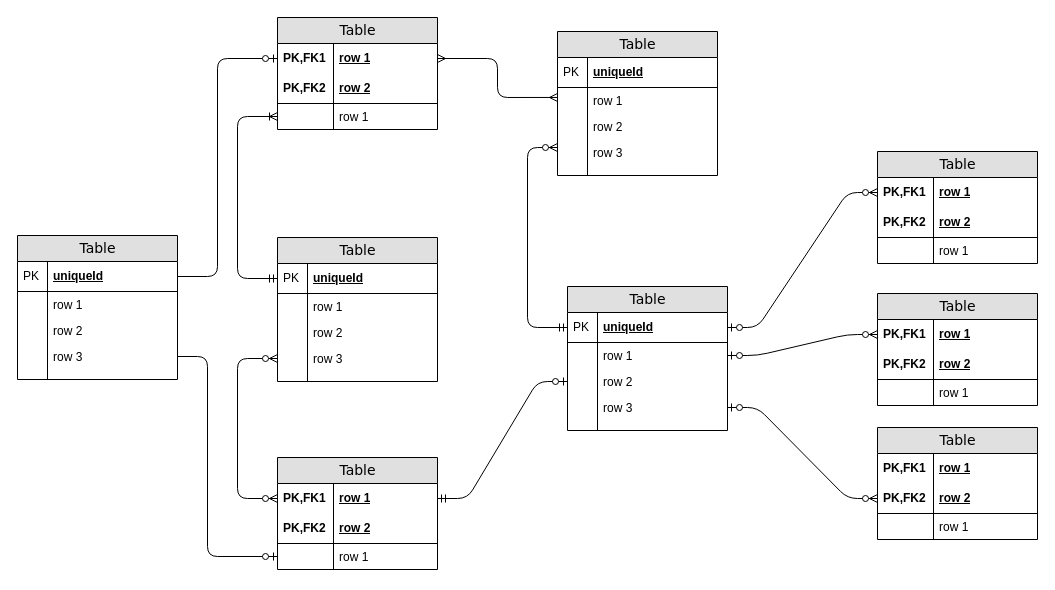
camdenwebster/add-109 keeps this draw.io diagram as diagrams/Untitled Diagram.drawio. Above is the earlier version. Source tidied: cells renumbered, new cells numbered last; positions are measured from the earlier drawing's top-left corner, leaving out a move shared by most shapes. Both pictures are drawn from the tidied source at 100%, with x=0, y=0 at pixel (17, 17).
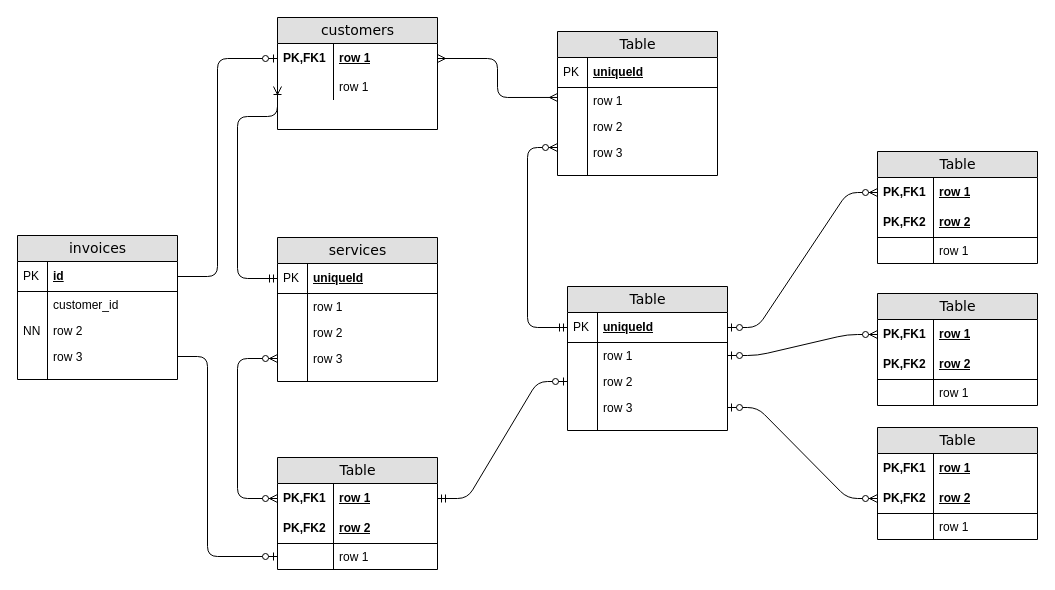
Above is the later version.

Unchanged cells that the change refers to:
```xml
<mxCell id="83" value="row 2" style="shape=partialRectangle;top=0;left=0;right=0;bottom=0;html=1;align=left;verticalAlign=top;fillColor=none;spacingLeft=34;spacingRight=4;whiteSpace=wrap;overflow=hidden;" parent="78" vertex="1">
  <mxGeometry y="82" width="160" height="26" as="geometry" />
</mxCell>
```

Change to the diagram source:
```diff
@@
-    <mxCell id="2" value="Table" style="swimlane;html=1;fontStyle=0;horizontal=1;startSize=26;fillColor=#e0e0e0;swimlaneFillColor=#ffffff;align=center;rounded=0;shadow=0;comic=0;labelBackgroundColor=none;strokeWidth=1;fontFamily=Verdana;fontSize=14;" parent="1" vertex="1">
+    <mxCell id="2" value="customers" style="swimlane;html=1;fontStyle=0;horizontal=1;startSize=26;fillColor=#e0e0e0;swimlaneFillColor=#ffffff;align=center;rounded=0;shadow=0;comic=0;labelBackgroundColor=none;strokeWidth=1;fontFamily=Verdana;fontSize=14;" parent="1" vertex="1">
       <mxGeometry x="260" width="160" height="112" as="geometry" />
     </mxCell>
@@
-    <mxCell id="5" value="row 2" style="shape=partialRectangle;top=0;left=0;right=0;bottom=1;html=1;align=left;verticalAlign=middle;fillColor=none;spacingLeft=60;spacingRight=4;whiteSpace=wrap;overflow=hidden;fontStyle=5;" parent="2" vertex="1">
-      <mxGeometry y="56" width="160" height="30" as="geometry" />
-    </mxCell>
-    <mxCell id="6" value="PK,FK2" style="shape=partialRectangle;fontStyle=1;top=0;left=0;bottom=0;html=1;fillColor=none;align=left;verticalAlign=middle;spacingLeft=4;spacingRight=4;whiteSpace=wrap;overflow=hidden;" parent="5" vertex="1">
-      <mxGeometry width="56" height="30" as="geometry" />
-    </mxCell>
     <mxCell id="7" value="row 1" style="shape=partialRectangle;top=0;left=0;right=0;bottom=0;html=1;align=left;verticalAlign=top;fillColor=none;spacingLeft=60;spacingRight=4;whiteSpace=wrap;overflow=hidden;points=[[0,0.5],[1,0.5]];portConstraint=eastwest;" parent="2" vertex="1">
-      <mxGeometry y="86" width="160" height="26" as="geometry" />
+      <mxGeometry y="56" width="160" height="26" as="geometry" />
     </mxCell>
@@
-    <mxCell id="20" value="Table" style="swimlane;html=1;fontStyle=0;horizontal=1;startSize=26;fillColor=#e0e0e0;swimlaneFillColor=#ffffff;align=center;rounded=0;shadow=0;comic=0;labelBackgroundColor=none;strokeWidth=1;fontFamily=Verdana;fontSize=14;" parent="1" vertex="1">
+    <mxCell id="20" value="services" style="swimlane;html=1;fontStyle=0;horizontal=1;startSize=26;fillColor=#e0e0e0;swimlaneFillColor=#ffffff;align=center;rounded=0;shadow=0;comic=0;labelBackgroundColor=none;strokeWidth=1;fontFamily=Verdana;fontSize=14;" parent="1" vertex="1">
       <mxGeometry x="260" y="220" width="160" height="144" as="geometry" />
     </mxCell>
@@
-    <mxCell id="78" value="Table" style="swimlane;html=1;fontStyle=0;horizontal=1;startSize=26;fillColor=#e0e0e0;swimlaneFillColor=#ffffff;align=center;rounded=0;shadow=0;comic=0;labelBackgroundColor=none;strokeWidth=1;fontFamily=Verdana;fontSize=14;" parent="1" vertex="1">
+    <mxCell id="78" value="invoices" style="swimlane;html=1;fontStyle=0;horizontal=1;startSize=26;fillColor=#e0e0e0;swimlaneFillColor=#ffffff;align=center;rounded=0;shadow=0;comic=0;labelBackgroundColor=none;strokeWidth=1;fontFamily=Verdana;fontSize=14;" parent="1" vertex="1">
       <mxGeometry y="218" width="160" height="144" as="geometry" />
     </mxCell>
-    <mxCell id="79" value="uniqueId" style="shape=partialRectangle;top=0;left=0;right=0;bottom=1;html=1;align=left;verticalAlign=middle;fillColor=none;spacingLeft=34;spacingRight=4;whiteSpace=wrap;overflow=hidden;points=[[0,0.5],[1,0.5]];portConstraint=eastwest;fontStyle=5;" parent="78" vertex="1">
+    <mxCell id="79" value="id" style="shape=partialRectangle;top=0;left=0;right=0;bottom=1;html=1;align=left;verticalAlign=middle;fillColor=none;spacingLeft=34;spacingRight=4;whiteSpace=wrap;overflow=hidden;points=[[0,0.5],[1,0.5]];portConstraint=eastwest;fontStyle=5;" parent="78" vertex="1">
       <mxGeometry y="26" width="160" height="30" as="geometry" />
     </mxCell>
@@
-    <mxCell id="81" value="row 1" style="shape=partialRectangle;top=0;left=0;right=0;bottom=0;html=1;align=left;verticalAlign=top;fillColor=none;spacingLeft=34;spacingRight=4;whiteSpace=wrap;overflow=hidden;" parent="78" vertex="1">
+    <mxCell id="81" value="customer_id" style="shape=partialRectangle;top=0;left=0;right=0;bottom=0;html=1;align=left;verticalAlign=top;fillColor=none;spacingLeft=34;spacingRight=4;whiteSpace=wrap;overflow=hidden;" parent="78" vertex="1">
       <mxGeometry y="56" width="160" height="26" as="geometry" />
     </mxCell>
@@
-    <mxCell id="84" style="shape=partialRectangle;top=0;left=0;bottom=0;html=1;fillColor=none;align=left;verticalAlign=top;spacingLeft=4;spacingRight=4;whiteSpace=wrap;overflow=hidden;" parent="83" vertex="1">
+    <mxCell id="84" value="NN" style="shape=partialRectangle;top=0;left=0;bottom=0;html=1;fillColor=none;align=left;verticalAlign=top;spacingLeft=4;spacingRight=4;whiteSpace=wrap;overflow=hidden;" parent="83" vertex="1">
       <mxGeometry width="30" height="26" as="geometry" />
     </mxCell>
```
